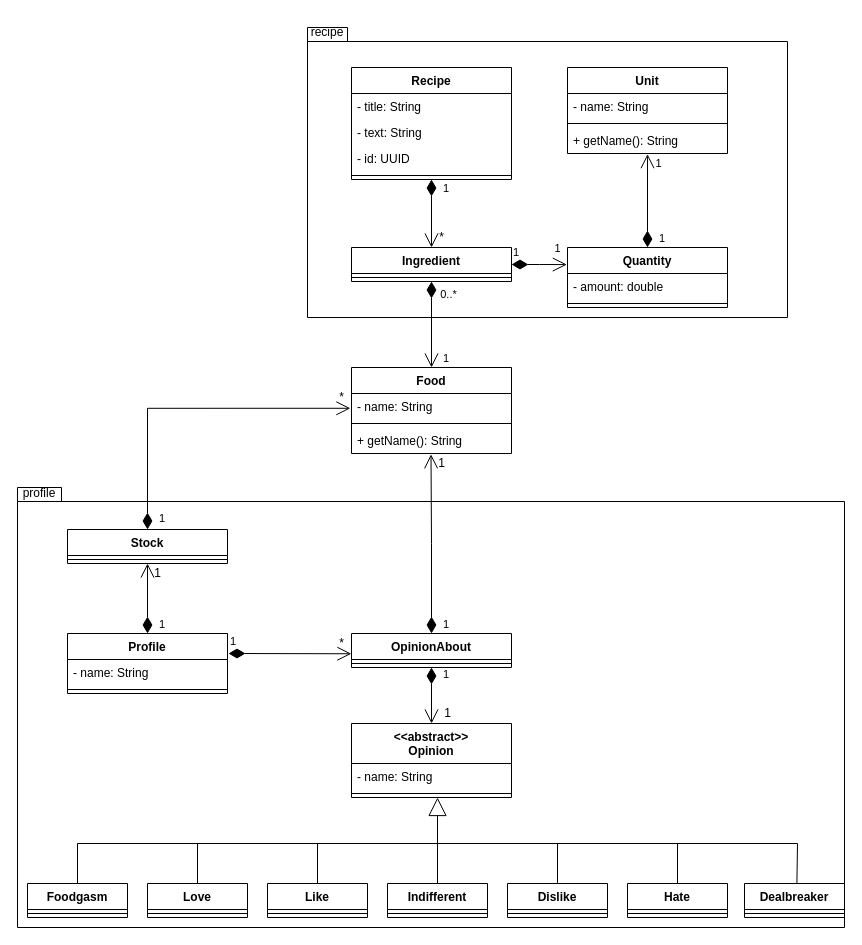
Before: docs/diagrams/entity_uml.drawio in andretrump/quickie, a draw.io diagram. Source tidied: cells renumbered, new cells numbered last; positions are measured from the earlier drawing's top-left corner, leaving out a move shared by most shapes. Both pictures are drawn from the tidied source at 100%, with x=0, y=0 at pixel (17, 17).
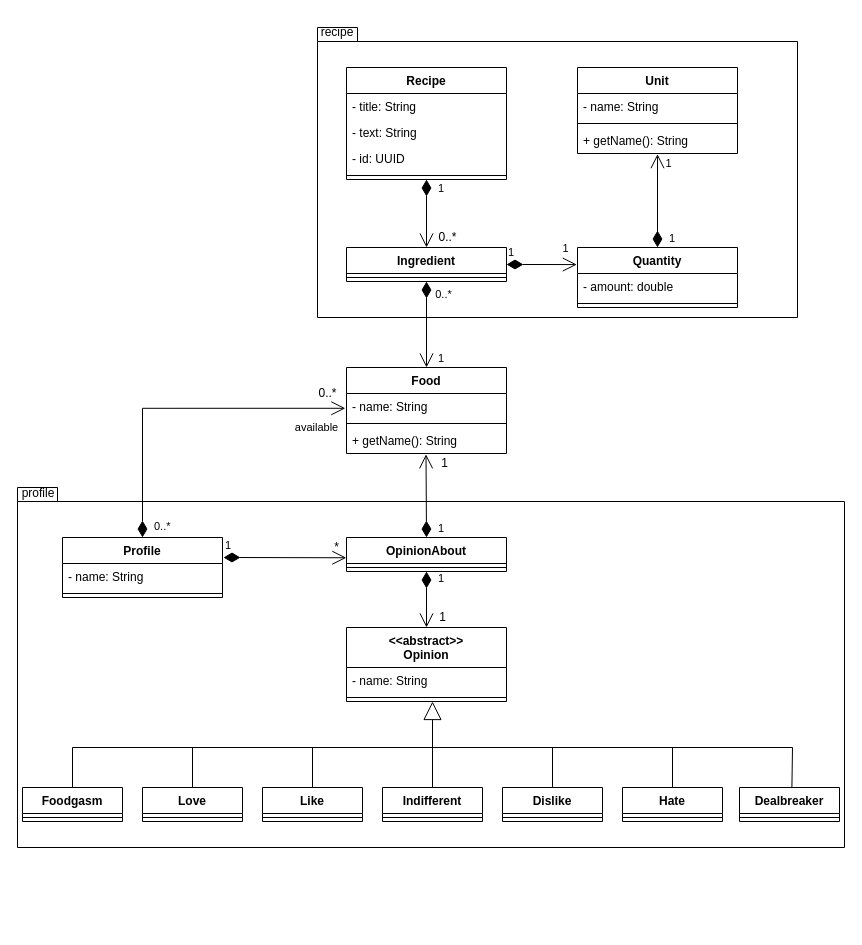
The same diagram, later.

Commit message (it also covers changes not shown here):
Fix UML diagram

Unchanged cells that the change refers to:
```xml
<mxCell id="5" value="- name: String" style="text;strokeColor=none;fillColor=none;align=left;verticalAlign=top;spacingLeft=4;spacingRight=4;overflow=hidden;points=[[0,0.5],[1,0.5]];portConstraint=eastwest;" parent="4" vertex="1">
  <mxGeometry y="26" width="160" height="26" as="geometry" />
</mxCell>
<mxCell id="7" value="+ getName(): String" style="text;strokeColor=none;fillColor=none;align=left;verticalAlign=top;spacingLeft=4;spacingRight=4;overflow=hidden;points=[[0,0.5],[1,0.5]];portConstraint=eastwest;" parent="4" vertex="1">
  <mxGeometry y="60" width="160" height="26" as="geometry" />
</mxCell>
```

Diff of the diagram source:
```diff
@@
     <mxCell id="2" style="shape=folder;fontStyle=1;spacingTop=10;tabWidth=40;tabHeight=14;tabPosition=left;html=1;" parent="1" vertex="1">
-      <mxGeometry y="470" width="827" height="440" as="geometry" />
+      <mxGeometry y="470" width="827" height="360" as="geometry" />
     </mxCell>
     <mxCell id="3" style="shape=folder;fontStyle=1;spacingTop=10;tabWidth=40;tabHeight=14;tabPosition=left;html=1;" parent="1" vertex="1">
-      <mxGeometry x="290" y="10" width="480" height="290" as="geometry" />
+      <mxGeometry x="300" y="10" width="480" height="290" as="geometry" />
     </mxCell>
     <mxCell id="4" value="Food" style="swimlane;fontStyle=1;align=center;verticalAlign=top;horizontal=1;startSize=26;" parent="1" vertex="1">
-      <mxGeometry x="334" y="350" width="160" height="86" as="geometry" />
+      <mxGeometry x="329" y="350" width="160" height="86" as="geometry" />
     </mxCell>
@@
     <mxCell id="8" value="Ingredient" style="swimlane;fontStyle=1;align=center;verticalAlign=top;horizontal=1;startSize=26;" parent="1" vertex="1">
-      <mxGeometry x="334" y="230" width="160" height="34" as="geometry" />
+      <mxGeometry x="329" y="230" width="160" height="34" as="geometry" />
     </mxCell>
@@
-    <mxCell id="10" value="1" style="endArrow=open;html=1;endSize=12;startArrow=diamondThin;startSize=14;startFill=1;align=left;verticalAlign=bottom;rounded=0;exitX=0.5;exitY=1;exitDx=0;exitDy=0;entryX=0.5;entryY=0;entryDx=0;entryDy=0;edgeStyle=orthogonalEdgeStyle;" parent="1" edge="1" source="8" target="4">
+    <mxCell id="10" value="1" style="endArrow=open;html=1;endSize=12;startArrow=diamondThin;startSize=14;startFill=1;align=left;verticalAlign=bottom;rounded=0;exitX=0.5;exitY=1;exitDx=0;exitDy=0;" parent="1" edge="1" source="8" target="4">
       <mxGeometry x="1" y="10" relative="1" as="geometry" />
     </mxCell>
@@
     <mxCell id="12" value="Quantity" style="swimlane;fontStyle=1;align=center;verticalAlign=top;horizontal=1;startSize=26;" parent="1" vertex="1">
-      <mxGeometry x="550" y="230" width="160" height="60" as="geometry" />
+      <mxGeometry x="560" y="230" width="160" height="60" as="geometry" />
     </mxCell>
@@
     <mxCell id="17" value="Unit" style="swimlane;fontStyle=1;align=center;verticalAlign=top;horizontal=1;startSize=26;" parent="1" vertex="1">
-      <mxGeometry x="550" y="50" width="160" height="86" as="geometry" />
+      <mxGeometry x="560" y="50" width="160" height="86" as="geometry" />
     </mxCell>
@@
     <mxCell id="23" value="Recipe" style="swimlane;fontStyle=1;align=center;verticalAlign=top;horizontal=1;startSize=26;" parent="1" vertex="1">
-      <mxGeometry x="334" y="50" width="160" height="112" as="geometry" />
+      <mxGeometry x="329" y="50" width="160" height="112" as="geometry" />
     </mxCell>
@@
-    <mxCell id="29" value="*" style="text;html=1;align=center;verticalAlign=middle;strokeColor=none;fillColor=none;" parent="1" vertex="1">
-      <mxGeometry x="414" y="210" width="20" height="20" as="geometry" />
+    <mxCell id="29" value="0..*" style="text;html=1;align=center;verticalAlign=middle;strokeColor=none;fillColor=none;" parent="1" vertex="1">
+      <mxGeometry x="415" y="210" width="30" height="20" as="geometry" />
     </mxCell>
     <mxCell id="30" value="&lt;&lt;abstract&gt;&gt;&#10;Opinion" style="swimlane;fontStyle=1;align=center;verticalAlign=top;horizontal=1;startSize=40;" parent="1" vertex="1">
-      <mxGeometry x="334" y="706" width="160" height="74" as="geometry" />
+      <mxGeometry x="329" y="610" width="160" height="74" as="geometry" />
     </mxCell>
@@
     <mxCell id="33" value="Profile" style="swimlane;fontStyle=1;align=center;verticalAlign=top;horizontal=1;startSize=26;" parent="1" vertex="1">
-      <mxGeometry x="50" y="616" width="160" height="60" as="geometry" />
+      <mxGeometry x="45" y="520" width="160" height="60" as="geometry" />
     </mxCell>
@@
     <mxCell id="36" value="OpinionAbout" style="swimlane;fontStyle=1;align=center;verticalAlign=top;horizontal=1;startSize=26;" parent="1" vertex="1">
-      <mxGeometry x="334" y="616" width="160" height="34" as="geometry" />
+      <mxGeometry x="329" y="520" width="160" height="34" as="geometry" />
     </mxCell>
@@
     <mxCell id="38" value="1" style="endArrow=open;html=1;endSize=12;startArrow=diamondThin;startSize=14;startFill=1;edgeStyle=orthogonalEdgeStyle;align=left;verticalAlign=bottom;rounded=0;entryX=-0.001;entryY=0.596;entryDx=0;entryDy=0;entryPerimeter=0;" parent="1" edge="1" target="36">
       <mxGeometry x="-1" y="3" relative="1" as="geometry">
-        <mxPoint x="211" y="636" as="sourcePoint" />
+        <mxPoint x="206" y="540" as="sourcePoint" />
         <Array as="points">
-          <mxPoint x="211" y="636" />
-          <mxPoint x="300" y="636" />
+          <mxPoint x="206" y="540" />
+          <mxPoint x="295" y="540" />
         </Array>
       </mxGeometry>
     </mxCell>
     <mxCell id="39" value="*" style="text;html=1;align=center;verticalAlign=middle;strokeColor=none;fillColor=none;" parent="1" vertex="1">
-      <mxGeometry x="314" y="616" width="20" height="20" as="geometry" />
+      <mxGeometry x="309" y="520" width="20" height="20" as="geometry" />
     </mxCell>
-    <mxCell id="40" value="1" style="endArrow=open;html=1;endSize=12;startArrow=diamondThin;startSize=14;startFill=1;edgeStyle=orthogonalEdgeStyle;align=left;verticalAlign=bottom;rounded=0;exitX=0.5;exitY=0;exitDx=0;exitDy=0;entryX=0.497;entryY=1.031;entryDx=0;entryDy=0;entryPerimeter=0;" parent="1" edge="1" source="36" target="7">
+    <mxCell id="40" value="1" style="endArrow=open;html=1;endSize=12;startArrow=diamondThin;startSize=14;startFill=1;align=left;verticalAlign=bottom;rounded=0;entryX=0.497;entryY=1.031;entryDx=0;entryDy=0;entryPerimeter=0;exitX=0.5;exitY=0;exitDx=0;exitDy=0;" parent="1" edge="1" source="36" target="7">
       <mxGeometry x="-1" y="-10" relative="1" as="geometry" />
     </mxCell>
     <mxCell id="41" value="1" style="text;html=1;align=center;verticalAlign=middle;strokeColor=none;fillColor=none;" parent="1" vertex="1">
-      <mxGeometry x="414" y="436" width="20" height="20" as="geometry" />
+      <mxGeometry x="417" y="436" width="20" height="20" as="geometry" />
     </mxCell>
@@
     <mxCell id="43" value="1" style="text;html=1;align=center;verticalAlign=middle;strokeColor=none;fillColor=none;" parent="1" vertex="1">
-      <mxGeometry x="420" y="686" width="20" height="20" as="geometry" />
+      <mxGeometry x="415" y="590" width="20" height="20" as="geometry" />
     </mxCell>
-    <mxCell id="44" value="Stock" style="swimlane;fontStyle=1;align=center;verticalAlign=top;horizontal=1;startSize=26;" parent="1" vertex="1">
-      <mxGeometry x="50" y="512" width="160" height="34" as="geometry" />
-    </mxCell>
-    <mxCell id="45" style="line;strokeWidth=1;fillColor=none;align=left;verticalAlign=middle;spacingTop=-1;spacingLeft=3;spacingRight=3;labelPosition=right;" parent="44" vertex="1">
-      <mxGeometry y="26" width="160" height="8" as="geometry" />
-    </mxCell>
-    <mxCell id="46" value="1" style="endArrow=open;html=1;endSize=12;startArrow=diamondThin;startSize=14;startFill=1;edgeStyle=orthogonalEdgeStyle;align=left;verticalAlign=bottom;rounded=0;exitX=0.5;exitY=0;exitDx=0;exitDy=0;entryX=0.5;entryY=1;entryDx=0;entryDy=0;" parent="1" edge="1" source="33" target="44">
-      <mxGeometry x="-1" y="-10" relative="1" as="geometry" />
-    </mxCell>
-    <mxCell id="47" value="1" style="text;html=1;align=center;verticalAlign=middle;strokeColor=none;fillColor=none;" parent="1" vertex="1">
-      <mxGeometry x="130" y="546" width="20" height="20" as="geometry" />
-    </mxCell>
-    <mxCell id="48" value="1" style="endArrow=open;html=1;endSize=12;startArrow=diamondThin;startSize=14;startFill=1;edgeStyle=orthogonalEdgeStyle;align=left;verticalAlign=bottom;rounded=0;entryX=-0.007;entryY=0.569;entryDx=0;entryDy=0;entryPerimeter=0;exitX=0.5;exitY=0;exitDx=0;exitDy=0;" parent="1" edge="1" source="44" target="5">
+    <mxCell id="48" value="0..*" style="endArrow=open;html=1;endSize=12;startArrow=diamondThin;startSize=14;startFill=1;edgeStyle=orthogonalEdgeStyle;align=left;verticalAlign=bottom;rounded=0;entryX=-0.007;entryY=0.569;entryDx=0;entryDy=0;entryPerimeter=0;exitX=0.5;exitY=0;exitDx=0;exitDy=0;" parent="1" edge="1" source="33" target="5">
       <mxGeometry x="-0.99" y="-10" relative="1" as="geometry" />
     </mxCell>
+    <mxCell id="74" value="available" style="edgeLabel;html=1;align=center;verticalAlign=middle;" parent="48" vertex="1">
+      <mxGeometry x="0.73" y="-3" relative="1" as="geometry">
+        <mxPoint x="16" y="16" as="offset" />
+      </mxGeometry>
+    </mxCell>
-    <mxCell id="49" value="*" style="text;html=1;align=center;verticalAlign=middle;strokeColor=none;fillColor=none;" parent="1" vertex="1">
-      <mxGeometry x="314" y="370" width="20" height="20" as="geometry" />
+    <mxCell id="49" value="0..*" style="text;html=1;align=center;verticalAlign=middle;strokeColor=none;fillColor=none;" parent="1" vertex="1">
+      <mxGeometry x="295" y="366" width="30" height="20" as="geometry" />
     </mxCell>
     <mxCell id="50" value="Foodgasm" style="swimlane;fontStyle=1;align=center;verticalAlign=top;horizontal=1;startSize=26;" parent="1" vertex="1">
-      <mxGeometry x="10" y="866" width="100" height="34" as="geometry" />
+      <mxGeometry x="5" y="770" width="100" height="34" as="geometry" />
     </mxCell>
@@
     <mxCell id="52" value="Indifferent" style="swimlane;fontStyle=1;align=center;verticalAlign=top;horizontal=1;startSize=26;" parent="1" vertex="1">
-      <mxGeometry x="370" y="866" width="100" height="34" as="geometry" />
+      <mxGeometry x="365" y="770" width="100" height="34" as="geometry" />
     </mxCell>
@@
     <mxCell id="54" value="Like" style="swimlane;fontStyle=1;align=center;verticalAlign=top;horizontal=1;startSize=26;" parent="1" vertex="1">
-      <mxGeometry x="250" y="866" width="100" height="34" as="geometry" />
+      <mxGeometry x="245" y="770" width="100" height="34" as="geometry" />
     </mxCell>
@@
     <mxCell id="56" value="Love" style="swimlane;fontStyle=1;align=center;verticalAlign=top;horizontal=1;startSize=26;" parent="1" vertex="1">
-      <mxGeometry x="130" y="866" width="100" height="34" as="geometry" />
+      <mxGeometry x="125" y="770" width="100" height="34" as="geometry" />
     </mxCell>
@@
     <mxCell id="58" value="Dislike" style="swimlane;fontStyle=1;align=center;verticalAlign=top;horizontal=1;startSize=26;" parent="1" vertex="1">
-      <mxGeometry x="490" y="866" width="100" height="34" as="geometry" />
+      <mxGeometry x="485" y="770" width="100" height="34" as="geometry" />
     </mxCell>
@@
     <mxCell id="60" value="Dealbreaker" style="swimlane;fontStyle=1;align=center;verticalAlign=top;horizontal=1;startSize=26;" parent="1" vertex="1">
-      <mxGeometry x="727" y="866" width="100" height="34" as="geometry" />
+      <mxGeometry x="722" y="770" width="100" height="34" as="geometry" />
     </mxCell>
@@
     <mxCell id="62" value="Hate" style="swimlane;fontStyle=1;align=center;verticalAlign=top;horizontal=1;startSize=26;" parent="1" vertex="1">
-      <mxGeometry x="610" y="866" width="100" height="34" as="geometry" />
+      <mxGeometry x="605" y="770" width="100" height="34" as="geometry" />
     </mxCell>
@@
     <mxCell id="64" style="endArrow=block;endSize=16;endFill=0;html=1;rounded=0;exitX=0.5;exitY=0;exitDx=0;exitDy=0;" parent="1" edge="1" source="52">
       <mxGeometry relative="1" as="geometry">
-        <mxPoint x="420" y="780" as="targetPoint" />
+        <mxPoint x="415" y="684" as="targetPoint" />
       </mxGeometry>
     </mxCell>
     <mxCell id="65" style="endArrow=none;html=1;rounded=0;" parent="1" edge="1">
       <mxGeometry relative="1" as="geometry">
-        <mxPoint x="60" y="826" as="sourcePoint" />
-        <mxPoint x="780" y="826" as="targetPoint" />
+        <mxPoint x="55" y="730" as="sourcePoint" />
+        <mxPoint x="775" y="730" as="targetPoint" />
       </mxGeometry>
     </mxCell>
     <mxCell id="66" style="endArrow=none;html=1;rounded=0;exitX=0.5;exitY=0;exitDx=0;exitDy=0;" parent="1" edge="1" source="50">
       <mxGeometry relative="1" as="geometry">
-        <mxPoint x="60" y="826" as="targetPoint" />
+        <mxPoint x="55" y="730" as="targetPoint" />
       </mxGeometry>
     </mxCell>
     <mxCell id="67" style="endArrow=none;html=1;rounded=0;exitX=0.5;exitY=0;exitDx=0;exitDy=0;" parent="1" edge="1" source="56">
       <mxGeometry relative="1" as="geometry">
-        <mxPoint x="180" y="826" as="targetPoint" />
+        <mxPoint x="175" y="730" as="targetPoint" />
       </mxGeometry>
     </mxCell>
     <mxCell id="68" style="endArrow=none;html=1;rounded=0;exitX=0.5;exitY=0;exitDx=0;exitDy=0;" parent="1" edge="1" source="54">
       <mxGeometry relative="1" as="geometry">
-        <mxPoint x="300" y="826" as="targetPoint" />
+        <mxPoint x="295" y="730" as="targetPoint" />
       </mxGeometry>
     </mxCell>
     <mxCell id="69" style="endArrow=none;html=1;rounded=0;exitX=0.5;exitY=-0.018;exitDx=0;exitDy=0;exitPerimeter=0;" parent="1" edge="1" source="58">
       <mxGeometry relative="1" as="geometry">
-        <mxPoint x="540" y="826" as="targetPoint" />
+        <mxPoint x="535" y="730" as="targetPoint" />
       </mxGeometry>
     </mxCell>
     <mxCell id="70" style="endArrow=none;html=1;rounded=0;" parent="1" edge="1">
       <mxGeometry relative="1" as="geometry">
-        <mxPoint x="660" y="866" as="sourcePoint" />
-        <mxPoint x="660" y="826" as="targetPoint" />
+        <mxPoint x="655" y="770" as="sourcePoint" />
+        <mxPoint x="655" y="730" as="targetPoint" />
       </mxGeometry>
     </mxCell>
     <mxCell id="71" style="endArrow=none;html=1;rounded=0;exitX=0.524;exitY=0.009;exitDx=0;exitDy=0;exitPerimeter=0;" parent="1" edge="1" source="60">
       <mxGeometry relative="1" as="geometry">
-        <mxPoint x="780" y="826" as="targetPoint" />
+        <mxPoint x="775" y="730" as="targetPoint" />
       </mxGeometry>
     </mxCell>
     <mxCell id="72" value="recipe" style="text;html=1;strokeColor=none;fillColor=none;align=center;verticalAlign=middle;whiteSpace=wrap;rounded=0;" parent="1" vertex="1">
-      <mxGeometry x="280" width="60" height="30" as="geometry" />
+      <mxGeometry x="290" width="60" height="30" as="geometry" />
     </mxCell>
     <mxCell id="73" value="profile" style="text;html=1;strokeColor=none;fillColor=none;align=center;verticalAlign=middle;whiteSpace=wrap;rounded=0;" parent="1" vertex="1">
-      <mxGeometry x="2" y="468" width="40" height="16" as="geometry" />
+      <mxGeometry x="1" y="468" width="40" height="16" as="geometry" />
     </mxCell>
```
